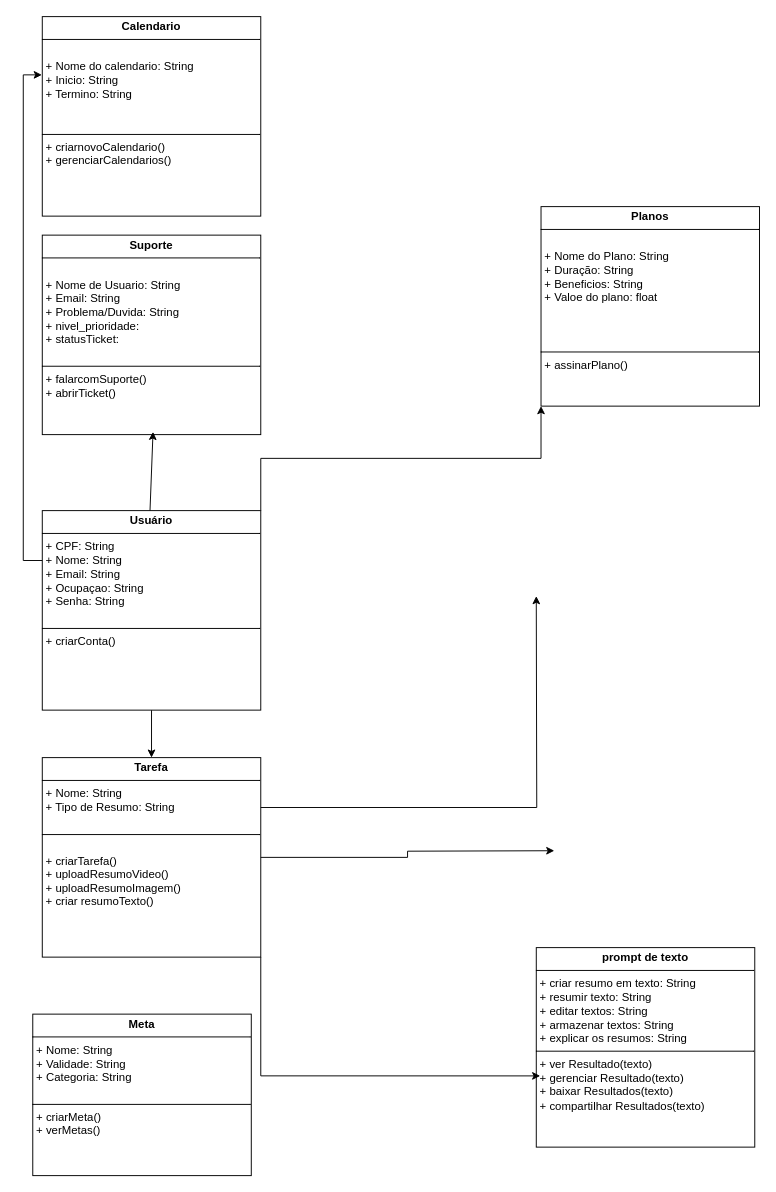
Before: page "diagrama de classes" (2 of 5) of Diagrama sem nome.drawio in neymarboliviano/FCW-AI, a draw.io diagram. Source tidied: cells renumbered, new cells numbered last; positions are measured from the earlier drawing's top-left corner, leaving out a move shared by most shapes. Both pictures are drawn from the tidied source at 95%, with x=0, y=0 at pixel (32, 16).
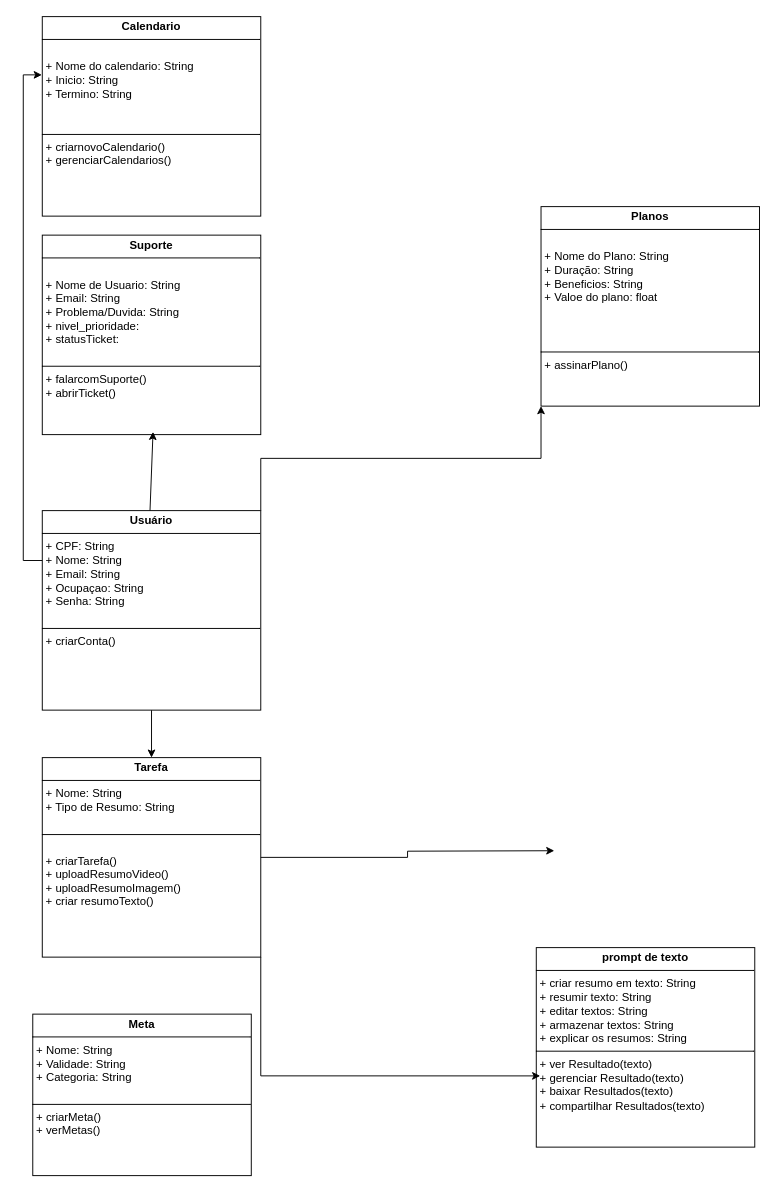
The same diagram, later.

Change to the diagram source:
```diff
@@
 <mxGraphModel>
   <root>
     <mxCell id="0" />
     <mxCell id="1" parent="0" />
     <mxCell id="2" value="&lt;p style=&quot;margin:0px;margin-top:4px;text-align:center;&quot;&gt;&lt;b&gt;prompt de texto&lt;/b&gt;&lt;/p&gt;&lt;hr size=&quot;1&quot; style=&quot;border-style:solid;&quot;&gt;&lt;p style=&quot;margin: 0px 0px 0px 4px;&quot;&gt;+ criar resumo em texto: String&lt;/p&gt;&lt;p style=&quot;margin: 0px 0px 0px 4px;&quot;&gt;+ resumir texto: String&lt;/p&gt;&lt;p style=&quot;margin: 0px 0px 0px 4px;&quot;&gt;+ editar textos: String&lt;/p&gt;&lt;p style=&quot;margin: 0px 0px 0px 4px;&quot;&gt;+ armazenar textos: String&lt;/p&gt;&lt;p style=&quot;margin: 0px 0px 0px 4px;&quot;&gt;+ explicar os resumos: String&lt;/p&gt;&lt;hr size=&quot;1&quot; style=&quot;border-style:solid;&quot;&gt;&lt;p style=&quot;margin: 0px 0px 0px 4px;&quot;&gt;+ ver Resultado(texto)&lt;br&gt;&lt;/p&gt;&lt;p style=&quot;margin: 0px 0px 0px 4px;&quot;&gt;+ gerenciar Resultado(texto)&lt;/p&gt;&lt;p style=&quot;margin: 0px 0px 0px 4px;&quot;&gt;+ baixar Resultados(texto)&lt;/p&gt;&lt;p style=&quot;margin: 0px 0px 0px 4px;&quot;&gt;+ compartilhar Resultados(texto)&lt;/p&gt;&lt;p style=&quot;margin: 0px 0px 0px 4px;&quot;&gt;&lt;br&gt;&lt;/p&gt;" style="verticalAlign=top;align=left;overflow=fill;html=1;whiteSpace=wrap;" parent="1" vertex="1">
       <mxGeometry x="530" y="980" width="230" height="210" as="geometry" />
     </mxCell>
     <mxCell id="3" style="edgeStyle=orthogonalEdgeStyle;rounded=0;jettySize=auto;html=1;" parent="1" edge="1" source="5" target="6">
       <mxGeometry relative="1" as="geometry" />
     </mxCell>
     <mxCell id="4" style="edgeStyle=orthogonalEdgeStyle;rounded=0;jettySize=auto;html=1;exitX=1;exitY=0;exitDx=0;exitDy=0;entryX=0;entryY=1;entryDx=0;entryDy=0;" parent="1" edge="1" source="5" target="13">
       <mxGeometry relative="1" as="geometry" />
     </mxCell>
     <mxCell id="5" value="&lt;p style=&quot;margin:0px;margin-top:4px;text-align:center;&quot;&gt;&lt;b&gt;Usuário&lt;/b&gt;&lt;/p&gt;&lt;hr size=&quot;1&quot; style=&quot;border-style:solid;&quot;&gt;&lt;p style=&quot;margin:0px;margin-left:4px;&quot;&gt;+ CPF: String&lt;/p&gt;&lt;p style=&quot;margin:0px;margin-left:4px;&quot;&gt;+ Nome: String&lt;/p&gt;&lt;p style=&quot;margin:0px;margin-left:4px;&quot;&gt;+ Email: String&lt;/p&gt;&lt;p style=&quot;margin:0px;margin-left:4px;&quot;&gt;+ Ocupaçao: String&lt;/p&gt;&lt;p style=&quot;margin:0px;margin-left:4px;&quot;&gt;+ Senha: String&lt;/p&gt;&lt;p style=&quot;margin:0px;margin-left:4px;&quot;&gt;&lt;br&gt;&lt;/p&gt;&lt;hr size=&quot;1&quot; style=&quot;border-style:solid;&quot;&gt;&lt;p style=&quot;margin:0px;margin-left:4px;&quot;&gt;+ criarConta()&lt;/p&gt;&lt;p style=&quot;margin:0px;margin-left:4px;&quot;&gt;&lt;br&gt;&lt;/p&gt;" style="verticalAlign=top;align=left;overflow=fill;html=1;whiteSpace=wrap;" parent="1" vertex="1">
       <mxGeometry x="10" y="520" width="230" height="210" as="geometry" />
     </mxCell>
     <mxCell id="6" value="&lt;p style=&quot;margin:0px;margin-top:4px;text-align:center;&quot;&gt;&lt;b&gt;Tarefa&lt;/b&gt;&lt;/p&gt;&lt;hr size=&quot;1&quot; style=&quot;border-style:solid;&quot;&gt;&lt;p style=&quot;margin:0px;margin-left:4px;&quot;&gt;+ Nome: String&lt;/p&gt;&lt;p style=&quot;margin:0px;margin-left:4px;&quot;&gt;+ Tipo de Resumo: String&lt;/p&gt;&lt;p style=&quot;margin:0px;margin-left:4px;&quot;&gt;&lt;br&gt;&lt;/p&gt;&lt;hr size=&quot;1&quot; style=&quot;border-style:solid;&quot;&gt;&lt;p style=&quot;margin:0px;margin-left:4px;&quot;&gt;&lt;br&gt;&lt;/p&gt;&lt;p style=&quot;margin:0px;margin-left:4px;&quot;&gt;+ criarTarefa()&lt;/p&gt;&lt;p style=&quot;margin:0px;margin-left:4px;&quot;&gt;+ uploadResumoVideo()&lt;/p&gt;&lt;p style=&quot;margin:0px;margin-left:4px;&quot;&gt;+ uploadResumoImagem()&lt;/p&gt;&lt;p style=&quot;margin:0px;margin-left:4px;&quot;&gt;+ criar resumoTexto()&lt;/p&gt;" style="verticalAlign=top;align=left;overflow=fill;html=1;whiteSpace=wrap;" parent="1" vertex="1">
       <mxGeometry x="10" y="780" width="230" height="210" as="geometry" />
     </mxCell>
-    <mxCell id="7" style="edgeStyle=orthogonalEdgeStyle;rounded=0;jettySize=auto;html=1;exitX=1;exitY=0.25;exitDx=0;exitDy=0;entryX=0;entryY=0.667;entryDx=0;entryDy=0;entryPerimeter=0;" parent="1" edge="1" source="6">
-      <mxGeometry relative="1" as="geometry">
-        <mxPoint x="530" y="610" as="targetPoint" />
-      </mxGeometry>
-    </mxCell>
     <mxCell id="8" style="edgeStyle=orthogonalEdgeStyle;rounded=0;jettySize=auto;html=1;exitX=1;exitY=0.5;exitDx=0;exitDy=0;entryX=-0.004;entryY=0.706;entryDx=0;entryDy=0;entryPerimeter=0;" parent="1" edge="1" source="6">
       <mxGeometry relative="1" as="geometry">
         <mxPoint x="549" y="878" as="targetPoint" />
       </mxGeometry>
     </mxCell>
     <mxCell id="9" style="edgeStyle=orthogonalEdgeStyle;rounded=0;jettySize=auto;html=1;exitX=1;exitY=1;exitDx=0;exitDy=0;entryX=0.018;entryY=0.643;entryDx=0;entryDy=0;entryPerimeter=0;" parent="1" edge="1" source="6" target="2">
       <mxGeometry relative="1" as="geometry" />
     </mxCell>
     <mxCell id="10" value="&lt;p style=&quot;margin:0px;margin-top:4px;text-align:center;&quot;&gt;&lt;b&gt;Meta&lt;/b&gt;&lt;/p&gt;&lt;hr size=&quot;1&quot; style=&quot;border-style:solid;&quot;&gt;&lt;p style=&quot;margin:0px;margin-left:4px;&quot;&gt;+ Nome: String&lt;/p&gt;&lt;p style=&quot;margin:0px;margin-left:4px;&quot;&gt;+ Validade: String&lt;/p&gt;&lt;p style=&quot;margin:0px;margin-left:4px;&quot;&gt;+ Categoria: String&lt;/p&gt;&lt;p style=&quot;margin:0px;margin-left:4px;&quot;&gt;&lt;br&gt;&lt;/p&gt;&lt;hr size=&quot;1&quot; style=&quot;border-style:solid;&quot;&gt;&lt;p style=&quot;margin:0px;margin-left:4px;&quot;&gt;+ criarMeta()&lt;/p&gt;&lt;p style=&quot;margin:0px;margin-left:4px;&quot;&gt;+ verMetas()&lt;/p&gt;" style="verticalAlign=top;align=left;overflow=fill;html=1;whiteSpace=wrap;" parent="1" vertex="1">
       <mxGeometry y="1050" width="230" height="170" as="geometry" />
     </mxCell>
     <mxCell id="11" value="&lt;p style=&quot;margin:0px;margin-top:4px;text-align:center;&quot;&gt;&lt;b&gt;Suporte&lt;/b&gt;&lt;/p&gt;&lt;hr size=&quot;1&quot; style=&quot;border-style:solid;&quot;&gt;&lt;p style=&quot;margin:0px;margin-left:4px;&quot;&gt;&lt;br&gt;&lt;/p&gt;&lt;p style=&quot;margin:0px;margin-left:4px;&quot;&gt;+ Nome de Usuario: String&lt;/p&gt;&lt;p style=&quot;margin:0px;margin-left:4px;&quot;&gt;+ Email: String&lt;/p&gt;&lt;p style=&quot;margin:0px;margin-left:4px;&quot;&gt;+ Problema/Duvida: String&lt;/p&gt;&lt;p style=&quot;margin:0px;margin-left:4px;&quot;&gt;+ nivel_prioridade:&lt;/p&gt;&lt;p style=&quot;margin:0px;margin-left:4px;&quot;&gt;+ statusTicket:&lt;/p&gt;&lt;p style=&quot;margin:0px;margin-left:4px;&quot;&gt;&lt;br&gt;&lt;/p&gt;&lt;hr size=&quot;1&quot; style=&quot;border-style:solid;&quot;&gt;&lt;p style=&quot;margin:0px;margin-left:4px;&quot;&gt;+ falarcomSuporte()&lt;/p&gt;&lt;p style=&quot;margin:0px;margin-left:4px;&quot;&gt;+ abrirTicket()&lt;/p&gt;" style="verticalAlign=top;align=left;overflow=fill;html=1;whiteSpace=wrap;" parent="1" vertex="1">
       <mxGeometry x="10" y="230" width="230" height="210" as="geometry" />
     </mxCell>
     <mxCell id="12" style="endArrow=classic;html=1;rounded=0;entryX=0.536;entryY=0.986;entryDx=0;entryDy=0;entryPerimeter=0;" parent="1" edge="1">
       <mxGeometry relative="1" as="geometry">
         <mxPoint x="123.4" y="520" as="sourcePoint" />
         <mxPoint x="126.6" y="437.1" as="targetPoint" />
       </mxGeometry>
     </mxCell>
     <mxCell id="13" value="&lt;p style=&quot;margin:0px;margin-top:4px;text-align:center;&quot;&gt;&lt;b&gt;Planos&lt;/b&gt;&lt;/p&gt;&lt;hr size=&quot;1&quot; style=&quot;border-style:solid;&quot;&gt;&lt;p style=&quot;margin:0px;margin-left:4px;&quot;&gt;&lt;br&gt;&lt;/p&gt;&lt;p style=&quot;margin:0px;margin-left:4px;&quot;&gt;+ Nome do Plano: String&lt;/p&gt;&lt;p style=&quot;margin:0px;margin-left:4px;&quot;&gt;+ Duração: String&lt;/p&gt;&lt;p style=&quot;margin:0px;margin-left:4px;&quot;&gt;+ Beneficios: String&lt;/p&gt;&lt;p style=&quot;margin:0px;margin-left:4px;&quot;&gt;+ Valoe do plano: float&lt;/p&gt;&lt;p style=&quot;margin:0px;margin-left:4px;&quot;&gt;&lt;br&gt;&lt;/p&gt;&lt;p style=&quot;margin:0px;margin-left:4px;&quot;&gt;&lt;br&gt;&lt;/p&gt;&lt;p style=&quot;margin:0px;margin-left:4px;&quot;&gt;&lt;br&gt;&lt;/p&gt;&lt;hr size=&quot;1&quot; style=&quot;border-style:solid;&quot;&gt;&lt;p style=&quot;margin:0px;margin-left:4px;&quot;&gt;+ assinarPlano()&lt;/p&gt;&lt;p style=&quot;margin:0px;margin-left:4px;&quot;&gt;&lt;br&gt;&lt;/p&gt;" style="verticalAlign=top;align=left;overflow=fill;html=1;whiteSpace=wrap;" parent="1" vertex="1">
       <mxGeometry x="535" y="200" width="230" height="210" as="geometry" />
     </mxCell>
     <mxCell id="14" value="&lt;p style=&quot;margin:0px;margin-top:4px;text-align:center;&quot;&gt;&lt;b&gt;Calendario&lt;/b&gt;&lt;/p&gt;&lt;hr size=&quot;1&quot; style=&quot;border-style:solid;&quot;&gt;&lt;p style=&quot;margin:0px;margin-left:4px;&quot;&gt;&lt;br&gt;&lt;/p&gt;&lt;p style=&quot;margin:0px;margin-left:4px;&quot;&gt;+ Nome do calendario: String&lt;/p&gt;&lt;p style=&quot;margin:0px;margin-left:4px;&quot;&gt;+ Inicio: String&lt;/p&gt;&lt;p style=&quot;margin:0px;margin-left:4px;&quot;&gt;+ Termino: String&lt;/p&gt;&lt;p style=&quot;margin:0px;margin-left:4px;&quot;&gt;&lt;br&gt;&lt;/p&gt;&lt;p style=&quot;margin:0px;margin-left:4px;&quot;&gt;&lt;br&gt;&lt;/p&gt;&lt;hr size=&quot;1&quot; style=&quot;border-style:solid;&quot;&gt;&lt;p style=&quot;margin:0px;margin-left:4px;&quot;&gt;+ criarnovoCalendario()&lt;/p&gt;&lt;p style=&quot;margin:0px;margin-left:4px;&quot;&gt;+ gerenciarCalendarios()&lt;/p&gt;&lt;p style=&quot;margin:0px;margin-left:4px;&quot;&gt;&lt;br&gt;&lt;/p&gt;&lt;p style=&quot;margin:0px;margin-left:4px;&quot;&gt;&lt;br&gt;&lt;/p&gt;" style="verticalAlign=top;align=left;overflow=fill;html=1;whiteSpace=wrap;" parent="1" vertex="1">
       <mxGeometry x="10" width="230" height="210" as="geometry" />
     </mxCell>
     <mxCell id="15" style="edgeStyle=orthogonalEdgeStyle;rounded=0;jettySize=auto;html=1;exitX=0;exitY=0.25;exitDx=0;exitDy=0;entryX=-0.002;entryY=0.292;entryDx=0;entryDy=0;entryPerimeter=0;" parent="1" edge="1" source="5" target="14">
       <mxGeometry relative="1" as="geometry" />
     </mxCell>
   </root>
 </mxGraphModel>
```
